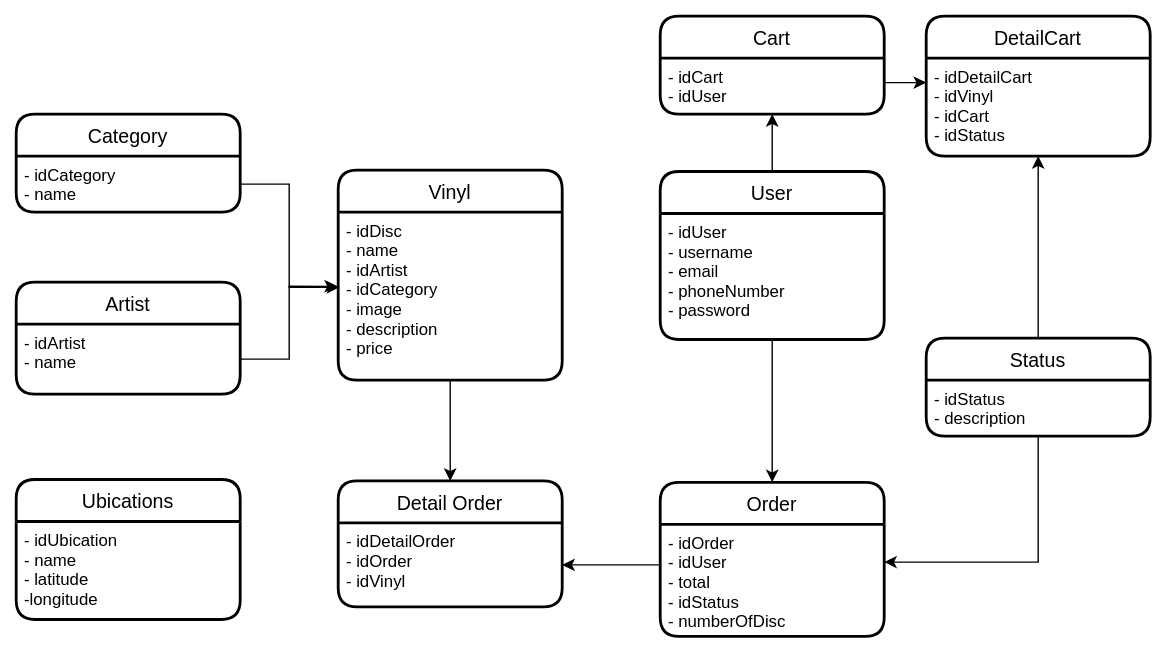
YareRB/The-Groove keeps this draw.io diagram as Database/DBModel_TheGroove.svg. Above is the earlier version. Source tidied: cells renumbered, new cells last; positions are measured from the earlier drawing's top-left corner, leaving out a move shared by most shapes. Source of this version:
```xml
<mxGraphModel>
  <root>
    <mxCell id="0" />
    <mxCell id="1" parent="0" />
    <mxCell id="2" value="Vinyl" style="swimlane;horizontal=1;startSize=30;rounded=1;fontSize=14;fontStyle=0;strokeWidth=2;shadow=0;dashed=0;align=center;" parent="1" vertex="1">
      <mxGeometry x="230" y="110" width="160" height="150" as="geometry" />
    </mxCell>
    <mxCell id="3" value="- idDisc&#10;- name&#10;- idArtist&#10;- idCategory&#10;- image&#10;- description&#10;- price" style="align=left;strokeColor=none;fillColor=none;spacingLeft=4;fontSize=12;verticalAlign=top;labelBackgroundColor=none;" parent="2" vertex="1">
      <mxGeometry y="30" width="160" height="120" as="geometry" />
    </mxCell>
    <mxCell id="4" style="edgeStyle=orthogonalEdgeStyle;rounded=0;jettySize=auto;html=1;entryX=0.5;entryY=1;entryDx=0;entryDy=0;" parent="1" edge="1" source="5" target="23">
      <mxGeometry relative="1" as="geometry" />
    </mxCell>
    <mxCell id="5" value="User" style="swimlane;horizontal=1;startSize=30;rounded=1;fontSize=14;fontStyle=0;strokeWidth=2;shadow=0;dashed=0;align=center;" parent="1" vertex="1">
      <mxGeometry x="460" y="111" width="160" height="120" as="geometry" />
    </mxCell>
    <mxCell id="6" value="- idUser&#10;- username&#10;- email&#10;- phoneNumber&#10;- password" style="align=left;strokeColor=none;fillColor=none;spacingLeft=4;fontSize=12;verticalAlign=top;" parent="5" vertex="1">
      <mxGeometry y="30" width="160" height="90" as="geometry" />
    </mxCell>
    <mxCell id="7" value="Artist" style="swimlane;horizontal=1;startSize=30;rounded=1;fontSize=14;fontStyle=0;strokeWidth=2;shadow=0;dashed=0;align=center;" parent="1" vertex="1">
      <mxGeometry y="190" width="160" height="80" as="geometry" />
    </mxCell>
    <mxCell id="8" value="- idArtist&#10;- name &#10;" style="align=left;strokeColor=none;fillColor=none;spacingLeft=4;fontSize=12;verticalAlign=top;labelBackgroundColor=none;" parent="7" vertex="1">
      <mxGeometry y="30" width="160" height="50" as="geometry" />
    </mxCell>
    <mxCell id="9" value="Category" style="swimlane;horizontal=1;startSize=30;rounded=1;fontSize=14;fontStyle=0;strokeWidth=2;shadow=0;dashed=0;align=center;" parent="1" vertex="1">
      <mxGeometry y="70" width="160" height="70" as="geometry" />
    </mxCell>
    <mxCell id="10" value="- idCategory&#10;- name&#10;" style="align=left;strokeColor=none;fillColor=none;spacingLeft=4;fontSize=12;verticalAlign=top;labelBackgroundColor=none;" parent="9" vertex="1">
      <mxGeometry y="30" width="160" height="40" as="geometry" />
    </mxCell>
    <mxCell id="11" value="Detail Order" style="swimlane;horizontal=1;startSize=30;rounded=1;fontSize=14;fontStyle=0;strokeWidth=2;shadow=0;dashed=0;align=center;" parent="1" vertex="1">
      <mxGeometry x="230" y="332" width="160" height="90" as="geometry" />
    </mxCell>
    <mxCell id="12" value="- idDetailOrder&#10;- idOrder&#10;- idVinyl" style="align=left;strokeColor=none;fillColor=none;spacingLeft=4;fontSize=12;verticalAlign=top;labelBackgroundColor=none;" parent="11" vertex="1">
      <mxGeometry y="30" width="160" height="60" as="geometry" />
    </mxCell>
    <mxCell id="13" value="Order" style="swimlane;horizontal=1;startSize=30;rounded=1;fontSize=14;fontStyle=0;strokeWidth=2;shadow=0;dashed=0;align=center;" parent="1" vertex="1">
      <mxGeometry x="460" y="333" width="160" height="110" as="geometry" />
    </mxCell>
    <mxCell id="14" value="- idOrder&#10;- idUser&#10;- total&#10;- idStatus&#10;- numberOfDisc" style="align=left;strokeColor=none;fillColor=none;spacingLeft=4;fontSize=12;verticalAlign=top;" parent="13" vertex="1">
      <mxGeometry y="30" width="160" height="80" as="geometry" />
    </mxCell>
    <mxCell id="15" value="Ubications" style="swimlane;horizontal=1;startSize=30;rounded=1;fontSize=14;fontStyle=0;strokeWidth=2;shadow=0;dashed=0;align=center;" parent="1" vertex="1">
      <mxGeometry y="331" width="160" height="100" as="geometry" />
    </mxCell>
    <mxCell id="16" value="- idUbication&#10;- name&#10;- latitude&#10;-longitude&#10;&#10;" style="align=left;strokeColor=none;fillColor=none;spacingLeft=4;fontSize=12;verticalAlign=top;labelBackgroundColor=none;" parent="15" vertex="1">
      <mxGeometry y="30" width="160" height="70" as="geometry" />
    </mxCell>
    <mxCell id="17" style="edgeStyle=orthogonalEdgeStyle;rounded=0;jettySize=auto;html=1;entryX=0.005;entryY=0.448;entryDx=0;entryDy=0;entryPerimeter=0;" parent="1" edge="1" source="10" target="3">
      <mxGeometry relative="1" as="geometry" />
    </mxCell>
    <mxCell id="18" style="edgeStyle=orthogonalEdgeStyle;rounded=0;jettySize=auto;html=1;entryX=-0.005;entryY=0.442;entryDx=0;entryDy=0;entryPerimeter=0;" parent="1" edge="1" source="8" target="3">
      <mxGeometry relative="1" as="geometry" />
    </mxCell>
    <mxCell id="19" style="edgeStyle=orthogonalEdgeStyle;rounded=0;jettySize=auto;html=1;entryX=0.5;entryY=0;entryDx=0;entryDy=0;" parent="1" edge="1" source="3" target="11">
      <mxGeometry relative="1" as="geometry" />
    </mxCell>
    <mxCell id="20" style="edgeStyle=orthogonalEdgeStyle;rounded=0;jettySize=auto;html=1;entryX=1;entryY=0.5;entryDx=0;entryDy=0;" parent="1" edge="1" source="14" target="12">
      <mxGeometry relative="1" as="geometry">
        <Array as="points">
          <mxPoint x="440" y="392" />
          <mxPoint x="440" y="392" />
        </Array>
      </mxGeometry>
    </mxCell>
    <mxCell id="21" style="edgeStyle=orthogonalEdgeStyle;rounded=0;jettySize=auto;html=1;" parent="1" edge="1" source="6" target="13">
      <mxGeometry relative="1" as="geometry" />
    </mxCell>
    <mxCell id="22" value="Cart" style="swimlane;horizontal=1;startSize=30;rounded=1;fontSize=14;fontStyle=0;strokeWidth=2;shadow=0;dashed=0;align=center;" parent="1" vertex="1">
      <mxGeometry x="460" width="160" height="70" as="geometry" />
    </mxCell>
    <mxCell id="23" value="- idCart&#10;- idUser" style="align=left;strokeColor=none;fillColor=none;spacingLeft=4;fontSize=12;verticalAlign=top;" parent="22" vertex="1">
      <mxGeometry y="30" width="160" height="40" as="geometry" />
    </mxCell>
    <mxCell id="24" value="DetailCart" style="swimlane;horizontal=1;startSize=30;rounded=1;fontSize=14;fontStyle=0;strokeWidth=2;shadow=0;dashed=0;align=center;" parent="1" vertex="1">
      <mxGeometry x="650" width="160" height="100" as="geometry" />
    </mxCell>
    <mxCell id="25" value="- idDetailCart&#10;- idVinyl&#10;- idCart&#10;- idStatus" style="align=left;strokeColor=none;fillColor=none;spacingLeft=4;fontSize=12;verticalAlign=top;labelBackgroundColor=none;" parent="24" vertex="1">
      <mxGeometry y="30" width="160" height="70" as="geometry" />
    </mxCell>
    <mxCell id="26" style="edgeStyle=orthogonalEdgeStyle;rounded=0;jettySize=auto;html=1;" parent="1" edge="1" source="28">
      <mxGeometry relative="1" as="geometry">
        <mxPoint x="620" y="390" as="targetPoint" />
        <Array as="points">
          <mxPoint x="730" y="390" />
          <mxPoint x="620" y="390" />
        </Array>
      </mxGeometry>
    </mxCell>
    <mxCell id="27" style="edgeStyle=orthogonalEdgeStyle;rounded=0;jettySize=auto;html=1;entryX=0.5;entryY=1;entryDx=0;entryDy=0;" parent="1" edge="1" source="28" target="25">
      <mxGeometry relative="1" as="geometry" />
    </mxCell>
    <mxCell id="28" value="Status" style="swimlane;horizontal=1;startSize=30;rounded=1;fontSize=14;fontStyle=0;strokeWidth=2;shadow=0;dashed=0;align=center;" parent="1" vertex="1">
      <mxGeometry x="650" y="230" width="160" height="70" as="geometry" />
    </mxCell>
    <mxCell id="29" value="- idStatus&#10;- description" style="align=left;strokeColor=none;fillColor=none;spacingLeft=4;fontSize=12;verticalAlign=top;" parent="28" vertex="1">
      <mxGeometry y="30" width="160" height="40" as="geometry" />
    </mxCell>
    <mxCell id="30" style="edgeStyle=orthogonalEdgeStyle;rounded=0;jettySize=auto;html=1;entryX=0;entryY=0.25;entryDx=0;entryDy=0;" parent="1" edge="1" source="23" target="25">
      <mxGeometry relative="1" as="geometry">
        <Array as="points">
          <mxPoint x="640" y="48" />
        </Array>
      </mxGeometry>
    </mxCell>
  </root>
</mxGraphModel>
```
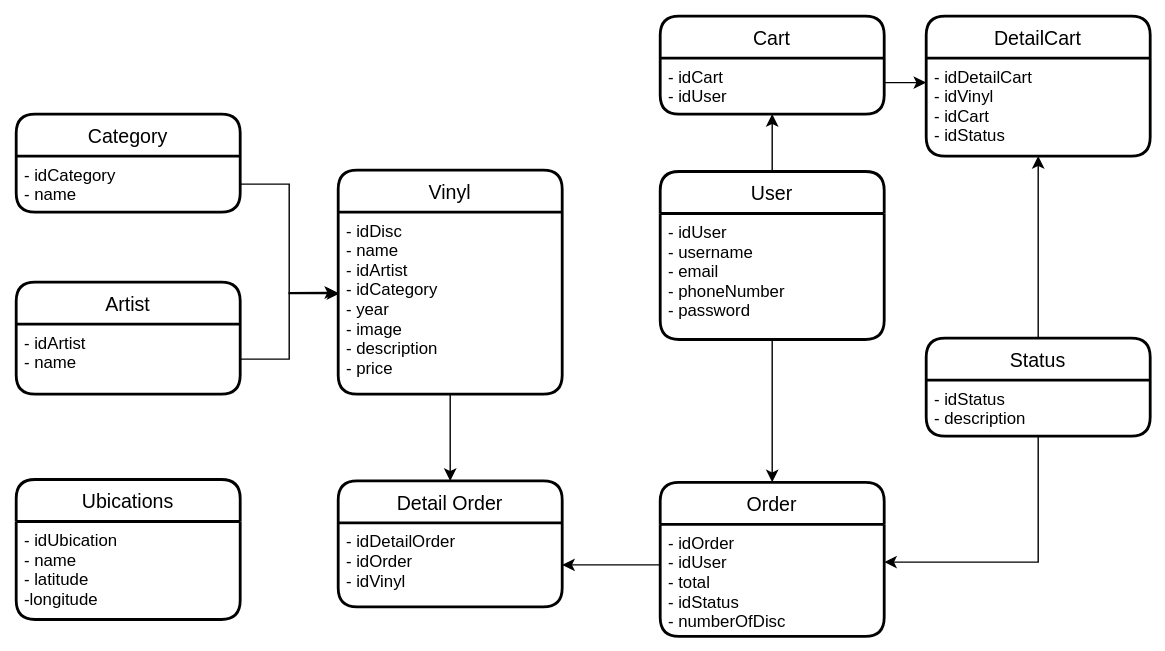
The same file after the commit.

What changed in the source:
```diff
@@ -3,10 +3,10 @@
     <mxCell id="0" />
     <mxCell id="1" parent="0" />
     <mxCell id="2" value="Vinyl" style="swimlane;horizontal=1;startSize=30;rounded=1;fontSize=14;fontStyle=0;strokeWidth=2;shadow=0;dashed=0;align=center;" parent="1" vertex="1">
-      <mxGeometry x="230" y="110" width="160" height="150" as="geometry" />
+      <mxGeometry x="230" y="110" width="160" height="160" as="geometry" />
     </mxCell>
-    <mxCell id="3" value="- idDisc&#10;- name&#10;- idArtist&#10;- idCategory&#10;- image&#10;- description&#10;- price" style="align=left;strokeColor=none;fillColor=none;spacingLeft=4;fontSize=12;verticalAlign=top;labelBackgroundColor=none;" parent="2" vertex="1">
-      <mxGeometry y="30" width="160" height="120" as="geometry" />
+    <mxCell id="3" value="- idDisc&#10;- name&#10;- idArtist&#10;- idCategory&#10;- year&#10;- image&#10;- description&#10;- price" style="align=left;strokeColor=none;fillColor=none;spacingLeft=4;fontSize=12;verticalAlign=top;labelBackgroundColor=none;" parent="2" vertex="1">
+      <mxGeometry y="30" width="160" height="130" as="geometry" />
     </mxCell>
     <mxCell id="4" style="edgeStyle=orthogonalEdgeStyle;rounded=0;jettySize=auto;html=1;entryX=0.5;entryY=1;entryDx=0;entryDy=0;" parent="1" edge="1" source="5" target="23">
       <mxGeometry relative="1" as="geometry" />
```
